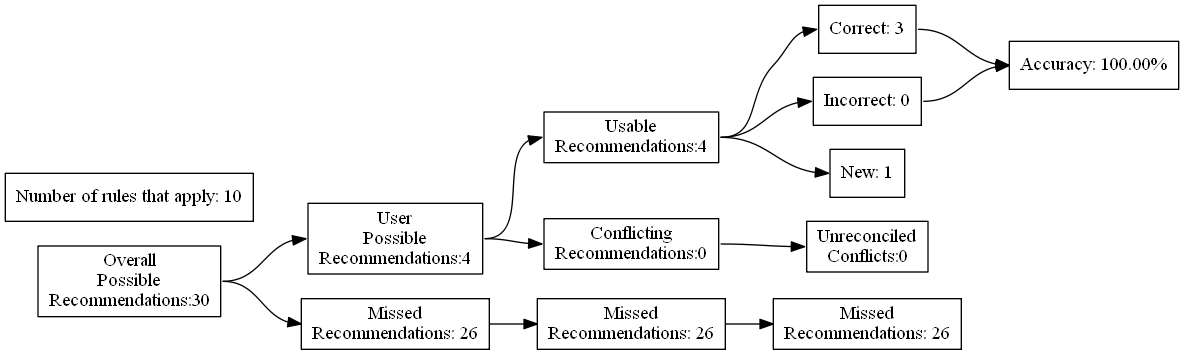
Above: test_renders/37.gv.png in ZaxR/ibd_diet_analysis (Graphviz), before the change. Its source is kept beside it as test_renders/37.gv.
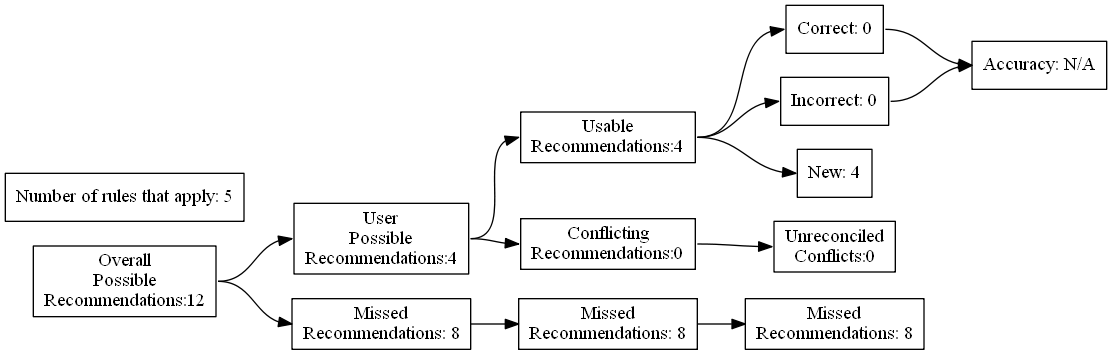
The same file after the commit.

Diff of the diagram source:
```diff
@@ -4,27 +4,27 @@
 	edge [headport=w tailport=e]
 		A [label="Overall
 Possible
-Recommendations:30"]
+Recommendations:12"]
 		B [label="User
 Possible
 Recommendations:4"]
 		C [label="Missed
-Recommendations: 26"]
+Recommendations: 8"]
 		D [label="Usable
 Recommendations:4"]
 		E [label="Conflicting
 Recommendations:0"]
 		J [label="Missed
-Recommendations: 26"]
+Recommendations: 8"]
 		M [label="Unreconciled
 Conflicts:0"]
-		F [label="Correct: 3"]
+		F [label="Correct: 0"]
 		G [label="Incorrect: 0"]
-		H [label="New: 1"]
+		H [label="New: 4"]
 		K [label="Missed
-Recommendations: 26"]
-		I [label="Accuracy: 100.00%"]
-		l [label="Number of rules that apply: 10"]
+Recommendations: 8"]
+		I [label="Accuracy: N/A"]
+		l [label="Number of rules that apply: 5"]
 			A -> B
 			A -> C
 			B -> D
```
